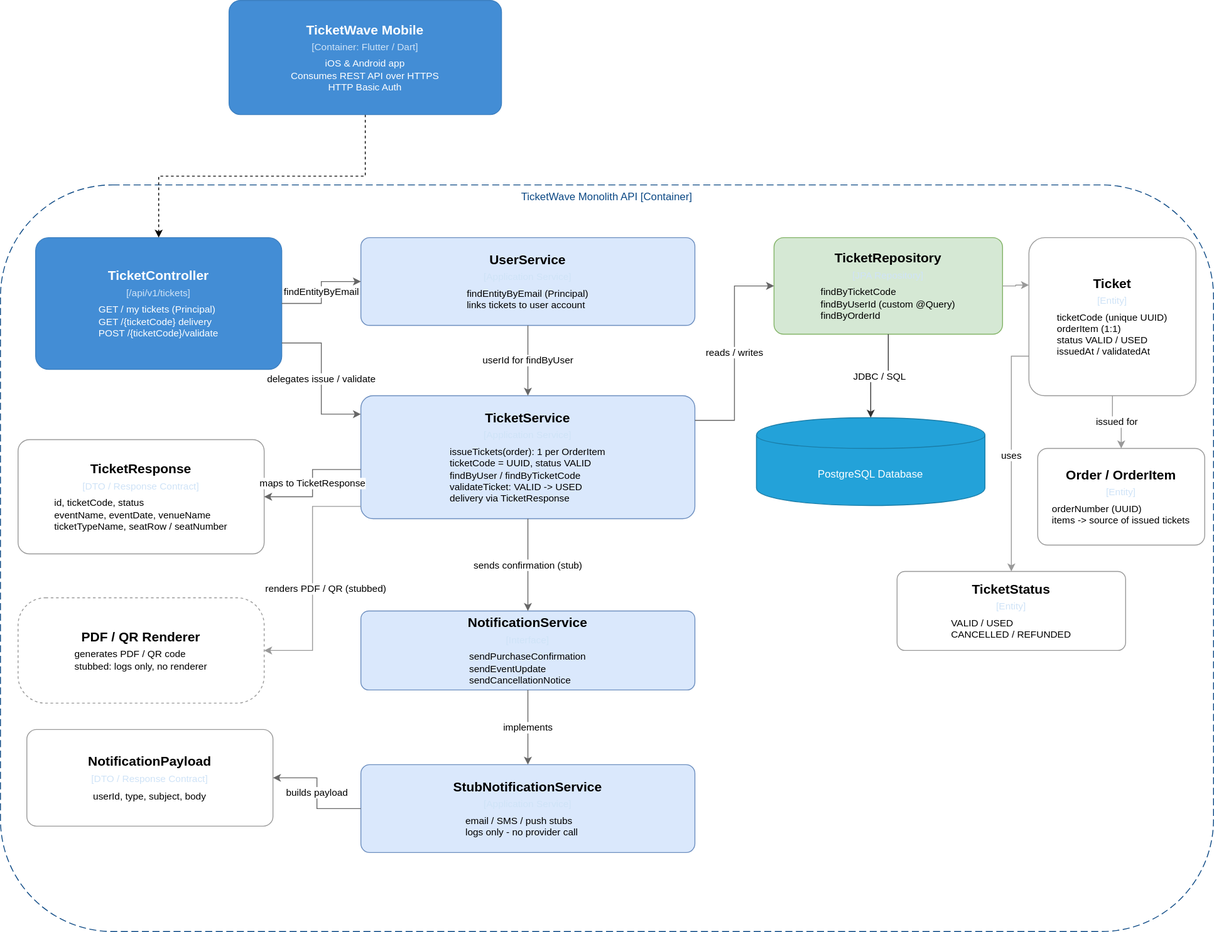
Before: diagrams/c4model/ticketwave-c3-digital-ticket-service.drawio.svg, a diagram exported from draw.io (Juanchoque1206/soe-TicketWave). Source tidied: cells renumbered, new cells last; positions are measured from the earlier drawing's top-left corner, leaving out a move shared by most shapes.
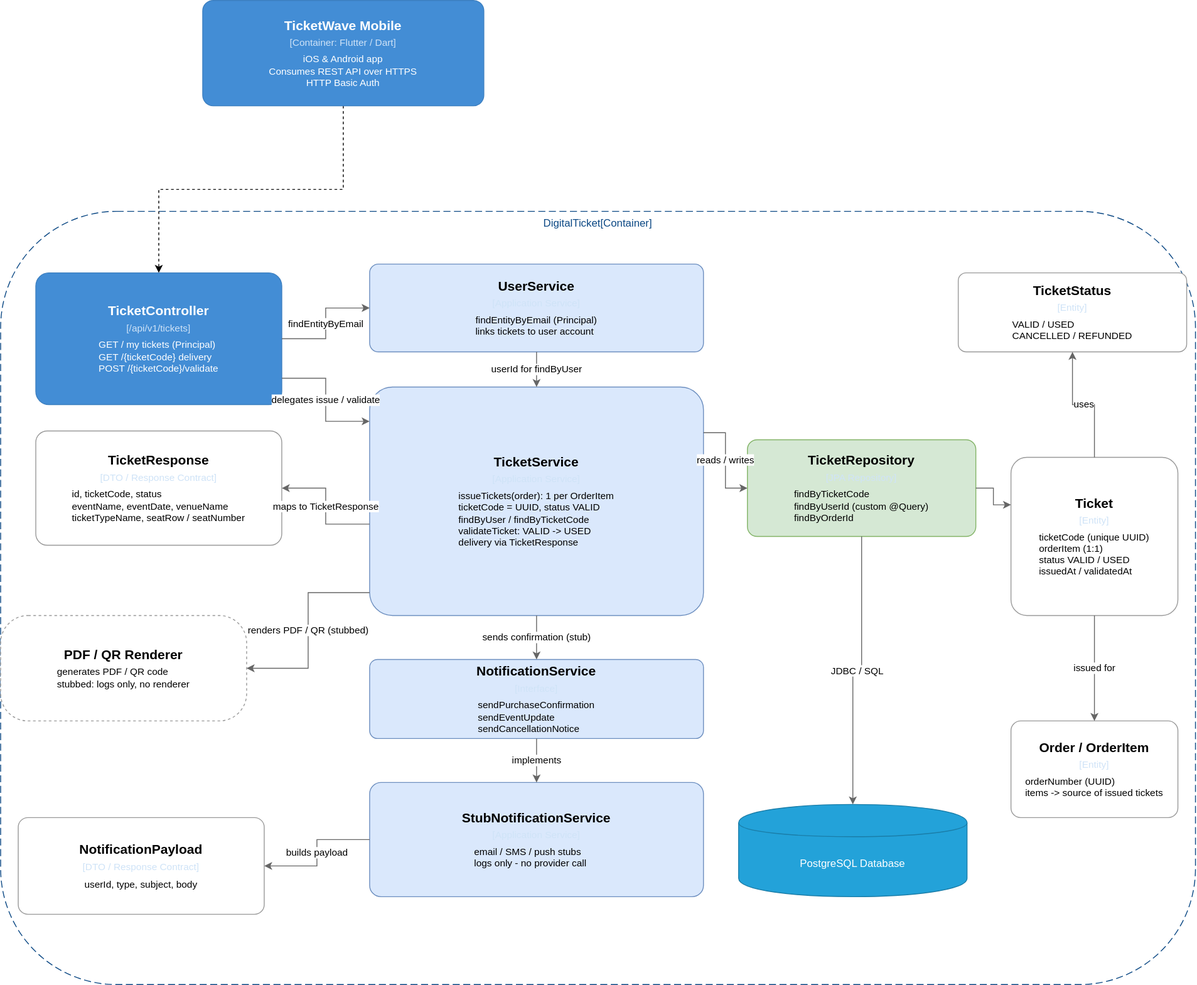
After the commit.

What changed in the source:
```diff
@@ -2,47 +2,47 @@
   <root>
     <mxCell id="0" />
     <mxCell id="1" parent="0" />
-    <mxCell id="2" value="TicketWave Monolith API [Container]" style="group;rounded=1;whiteSpace=wrap;html=1;dashed=1;strokeColor=#0b4884;fillColor=none;fontColor=#0b4884;dashPattern=8 4;" parent="1" vertex="1">
-      <mxGeometry y="210" width="1380" height="850" as="geometry" />
+    <mxCell id="2" value="DigitalTicket[Container]" style="group;rounded=1;whiteSpace=wrap;html=1;dashed=1;strokeColor=#0b4884;fillColor=none;fontColor=#0b4884;dashPattern=8 4;" parent="1" vertex="1">
+      <mxGeometry y="210" width="1360" height="880" as="geometry" />
     </mxCell>
     <mxCell id="3" value="&lt;div style=&quot;border-color: rgb(218, 220, 224); font-size: 15px; font-weight: bold; margin-bottom: 4px;&quot;&gt;TicketController&lt;/div&gt;&lt;div style=&quot;border-color: rgb(218, 220, 224); font-size: 11px; color: rgb(207, 227, 247); margin-bottom: 6px;&quot;&gt;[/api/v1/tickets]&lt;/div&gt;&lt;div style=&quot;border-color: rgb(218, 220, 224); font-size: 11px; text-align: left; padding: 0px 14px;&quot;&gt;GET /  my tickets (Principal)&lt;/div&gt;&lt;div style=&quot;border-color: rgb(218, 220, 224); font-size: 11px; text-align: left; padding: 0px 14px;&quot;&gt;GET /{ticketCode}  delivery&lt;/div&gt;&lt;div style=&quot;border-color: rgb(218, 220, 224); font-size: 11px; text-align: left; padding: 0px 14px;&quot;&gt;POST /{ticketCode}/validate&lt;/div&gt;" style="rounded=1;whiteSpace=wrap;html=1;fillColor=#438dd5;strokeColor=#3c7fc0;fontColor=#ffffff;arcSize=10;" parent="1" vertex="1">
-      <mxGeometry x="40" y="270" width="280" height="150" as="geometry" />
+      <mxGeometry x="40" y="280" width="280" height="150" as="geometry" />
     </mxCell>
     <mxCell id="4" value="&lt;div style=&quot;border-color: rgb(218, 220, 224); font-size: 15px; font-weight: bold; margin-bottom: 4px;&quot;&gt;TicketResponse&lt;/div&gt;&lt;div style=&quot;border-color: rgb(218, 220, 224); font-size: 11px; color: rgb(207, 227, 247); margin-bottom: 6px;&quot;&gt;[DTO / Response Contract]&lt;/div&gt;&lt;div style=&quot;border-color: rgb(218, 220, 224); font-size: 11px; text-align: left; padding: 0px 14px;&quot;&gt;id, ticketCode, status&lt;/div&gt;&lt;div style=&quot;border-color: rgb(218, 220, 224); font-size: 11px; text-align: left; padding: 0px 14px;&quot;&gt;eventName, eventDate, venueName&lt;/div&gt;&lt;div style=&quot;border-color: rgb(218, 220, 224); font-size: 11px; text-align: left; padding: 0px 14px;&quot;&gt;ticketTypeName, seatRow / seatNumber&lt;/div&gt;" style="rounded=1;whiteSpace=wrap;html=1;fillColor=#ffffff;strokeColor=#999999;arcSize=10;" parent="1" vertex="1">
-      <mxGeometry x="20" y="500" width="280" height="130" as="geometry" />
+      <mxGeometry x="40" y="460" width="280" height="130" as="geometry" />
     </mxCell>
     <mxCell id="5" value="&lt;div style=&quot;border-color: rgb(218, 220, 224); font-size: 15px; font-weight: bold; margin-bottom: 4px;&quot;&gt;NotificationPayload&lt;/div&gt;&lt;div style=&quot;border-color: rgb(218, 220, 224); font-size: 11px; color: rgb(207, 227, 247); margin-bottom: 6px;&quot;&gt;[DTO / Response Contract]&lt;/div&gt;&lt;div style=&quot;border-color: rgb(218, 220, 224); font-size: 11px; text-align: left; padding: 0px 14px;&quot;&gt;userId, type, subject, body&lt;/div&gt;" style="rounded=1;whiteSpace=wrap;html=1;fillColor=#ffffff;strokeColor=#999999;arcSize=10;" parent="1" vertex="1">
-      <mxGeometry x="30" y="830" width="280" height="110" as="geometry" />
+      <mxGeometry x="20" y="900" width="280" height="110" as="geometry" />
     </mxCell>
     <mxCell id="6" value="&lt;div style=&quot;border-color: rgb(218, 220, 224); font-size: 15px; font-weight: bold; margin-bottom: 4px;&quot;&gt;PDF / QR Renderer&lt;/div&gt;&lt;div style=&quot;border-color: rgb(218, 220, 224); font-size: 11px; text-align: left; padding: 0px 14px;&quot;&gt;generates PDF / QR code&lt;/div&gt;&lt;div style=&quot;border-color: rgb(218, 220, 224); font-size: 11px; text-align: left; padding: 0px 14px;&quot;&gt;stubbed: logs only, no renderer&lt;/div&gt;" style="rounded=1;whiteSpace=wrap;html=1;fillColor=#ffffff;strokeColor=#999999;dashed=1;arcSize=26;" parent="1" vertex="1">
-      <mxGeometry x="20" y="680" width="280" height="120" as="geometry" />
+      <mxGeometry y="670" width="280" height="120" as="geometry" />
     </mxCell>
     <mxCell id="7" value="&lt;div style=&quot;border-color: rgb(218, 220, 224); font-size: 15px; font-weight: bold; margin-bottom: 4px;&quot;&gt;UserService&lt;/div&gt;&lt;div style=&quot;border-color: rgb(218, 220, 224); font-size: 11px; color: rgb(207, 227, 247); margin-bottom: 6px;&quot;&gt;[Application Service]&lt;/div&gt;&lt;div style=&quot;border-color: rgb(218, 220, 224); font-size: 11px; text-align: left; padding: 0px 14px;&quot;&gt;findEntityByEmail (Principal)&lt;/div&gt;&lt;div style=&quot;border-color: rgb(218, 220, 224); font-size: 11px; text-align: left; padding: 0px 14px;&quot;&gt;links tickets to user account&lt;/div&gt;" style="rounded=1;whiteSpace=wrap;html=1;fillColor=#dae8fc;strokeColor=#6c8ebf;arcSize=10;" parent="1" vertex="1">
-      <mxGeometry x="410" y="270" width="380" height="100" as="geometry" />
+      <mxGeometry x="420" y="270" width="380" height="100" as="geometry" />
     </mxCell>
     <mxCell id="8" value="&lt;div style=&quot;border-color: rgb(218, 220, 224); font-size: 15px; font-weight: bold; margin-bottom: 4px;&quot;&gt;TicketService&lt;/div&gt;&lt;div style=&quot;border-color: rgb(218, 220, 224); font-size: 11px; color: rgb(207, 227, 247); margin-bottom: 6px;&quot;&gt;[Application Service]&lt;/div&gt;&lt;div style=&quot;border-color: rgb(218, 220, 224); font-size: 11px; text-align: left; padding: 0px 14px;&quot;&gt;issueTickets(order): 1 per OrderItem&lt;/div&gt;&lt;div style=&quot;border-color: rgb(218, 220, 224); font-size: 11px; text-align: left; padding: 0px 14px;&quot;&gt;ticketCode = UUID, status VALID&lt;/div&gt;&lt;div style=&quot;border-color: rgb(218, 220, 224); font-size: 11px; text-align: left; padding: 0px 14px;&quot;&gt;findByUser / findByTicketCode&lt;/div&gt;&lt;div style=&quot;border-color: rgb(218, 220, 224); font-size: 11px; text-align: left; padding: 0px 14px;&quot;&gt;validateTicket: VALID -&gt; USED&lt;/div&gt;&lt;div style=&quot;border-color: rgb(218, 220, 224); font-size: 11px; text-align: left; padding: 0px 14px;&quot;&gt;delivery via TicketResponse&lt;/div&gt;" style="rounded=1;whiteSpace=wrap;html=1;fillColor=#dae8fc;strokeColor=#6c8ebf;arcSize=10;" parent="1" vertex="1">
-      <mxGeometry x="410" y="450" width="380" height="140" as="geometry" />
+      <mxGeometry x="420" y="410" width="380" height="260" as="geometry" />
     </mxCell>
     <mxCell id="9" value="&lt;div style=&quot;border-color: rgb(218, 220, 224); font-size: 15px; font-weight: bold; margin-bottom: 4px;&quot;&gt;NotificationService&lt;/div&gt;&lt;div style=&quot;border-color: rgb(218, 220, 224); font-size: 11px; color: rgb(207, 227, 247); margin-bottom: 6px;&quot;&gt;[Interface]&lt;/div&gt;&lt;div style=&quot;border-color: rgb(218, 220, 224); font-size: 11px; text-align: left; padding: 0px 14px;&quot;&gt;sendPurchaseConfirmation&lt;/div&gt;&lt;div style=&quot;border-color: rgb(218, 220, 224); font-size: 11px; text-align: left; padding: 0px 14px;&quot;&gt;sendEventUpdate&lt;/div&gt;&lt;div style=&quot;border-color: rgb(218, 220, 224); font-size: 11px; text-align: left; padding: 0px 14px;&quot;&gt;sendCancellationNotice&lt;/div&gt;" style="rounded=1;whiteSpace=wrap;html=1;fillColor=#dae8fc;strokeColor=#6c8ebf;arcSize=10;" parent="1" vertex="1">
-      <mxGeometry x="410" y="695" width="380" height="90" as="geometry" />
+      <mxGeometry x="420" y="720" width="380" height="90" as="geometry" />
     </mxCell>
     <mxCell id="10" value="&lt;div style=&quot;border-color: rgb(218, 220, 224); font-size: 15px; font-weight: bold; margin-bottom: 4px;&quot;&gt;StubNotificationService&lt;/div&gt;&lt;div style=&quot;border-color: rgb(218, 220, 224); font-size: 11px; color: rgb(207, 227, 247); margin-bottom: 6px;&quot;&gt;[Application Service]&lt;/div&gt;&lt;div style=&quot;border-color: rgb(218, 220, 224); font-size: 11px; text-align: left; padding: 0px 14px;&quot;&gt;email / SMS / push stubs&lt;/div&gt;&lt;div style=&quot;border-color: rgb(218, 220, 224); font-size: 11px; text-align: left; padding: 0px 14px;&quot;&gt;logs only - no provider call&lt;/div&gt;" style="rounded=1;whiteSpace=wrap;html=1;fillColor=#dae8fc;strokeColor=#6c8ebf;arcSize=10;" parent="1" vertex="1">
-      <mxGeometry x="410" y="870" width="380" height="100" as="geometry" />
+      <mxGeometry x="420" y="860" width="380" height="130" as="geometry" />
     </mxCell>
     <mxCell id="11" value="&lt;div style=&quot;border-color: rgb(218, 220, 224); font-size: 15px; font-weight: bold; margin-bottom: 4px;&quot;&gt;TicketRepository&lt;/div&gt;&lt;div style=&quot;border-color: rgb(218, 220, 224); font-size: 11px; color: rgb(207, 227, 247); margin-bottom: 6px;&quot;&gt;[JPA Repository]&lt;/div&gt;&lt;div style=&quot;border-color: rgb(218, 220, 224); font-size: 11px; text-align: left; padding: 0px 14px;&quot;&gt;findByTicketCode&lt;/div&gt;&lt;div style=&quot;border-color: rgb(218, 220, 224); font-size: 11px; text-align: left; padding: 0px 14px;&quot;&gt;findByUserId (custom @Query)&lt;/div&gt;&lt;div style=&quot;border-color: rgb(218, 220, 224); font-size: 11px; text-align: left; padding: 0px 14px;&quot;&gt;findByOrderId&lt;/div&gt;" style="rounded=1;whiteSpace=wrap;html=1;fillColor=#d5e8d4;strokeColor=#82b366;arcSize=10;" parent="1" vertex="1">
-      <mxGeometry x="880" y="270" width="260" height="110" as="geometry" />
+      <mxGeometry x="850" y="470" width="260" height="110" as="geometry" />
     </mxCell>
     <mxCell id="12" value="PostgreSQL Database" style="shape=cylinder;whiteSpace=wrap;html=1;boundedLbl=1;backgroundOutline=1;fillColor=#23a2d9;strokeColor=#1a7da8;fontColor=#ffffff;" parent="1" vertex="1">
-      <mxGeometry x="860" y="475" width="260" height="100" as="geometry" />
+      <mxGeometry x="840" y="885" width="260" height="105" as="geometry" />
     </mxCell>
     <mxCell id="13" value="&lt;div style=&quot;border-color: rgb(218, 220, 224); font-size: 15px; font-weight: bold; margin-bottom: 4px;&quot;&gt;TicketStatus&lt;/div&gt;&lt;div style=&quot;border-color: rgb(218, 220, 224); font-size: 11px; color: rgb(207, 227, 247); margin-bottom: 6px;&quot;&gt;[Entity]&lt;/div&gt;&lt;div style=&quot;border-color: rgb(218, 220, 224); font-size: 11px; text-align: left; padding: 0px 14px;&quot;&gt;VALID / USED&lt;/div&gt;&lt;div style=&quot;border-color: rgb(218, 220, 224); font-size: 11px; text-align: left; padding: 0px 14px;&quot;&gt;CANCELLED / REFUNDED&lt;/div&gt;" style="rounded=1;whiteSpace=wrap;html=1;fillColor=#ffffff;strokeColor=#999999;arcSize=10;" parent="1" vertex="1">
-      <mxGeometry x="1020" y="650" width="260" height="90" as="geometry" />
+      <mxGeometry x="1090" y="280" width="260" height="90" as="geometry" />
     </mxCell>
     <mxCell id="14" value="&lt;div style=&quot;border-color: rgb(218, 220, 224); font-size: 15px; font-weight: bold; margin-bottom: 4px;&quot;&gt;Ticket&lt;/div&gt;&lt;div style=&quot;border-color: rgb(218, 220, 224); font-size: 11px; color: rgb(207, 227, 247); margin-bottom: 6px;&quot;&gt;[Entity]&lt;/div&gt;&lt;div style=&quot;border-color: rgb(218, 220, 224); font-size: 11px; text-align: left; padding: 0px 14px;&quot;&gt;ticketCode (unique UUID)&lt;/div&gt;&lt;div style=&quot;border-color: rgb(218, 220, 224); font-size: 11px; text-align: left; padding: 0px 14px;&quot;&gt;orderItem (1:1)&lt;/div&gt;&lt;div style=&quot;border-color: rgb(218, 220, 224); font-size: 11px; text-align: left; padding: 0px 14px;&quot;&gt;status VALID / USED&lt;/div&gt;&lt;div style=&quot;border-color: rgb(218, 220, 224); font-size: 11px; text-align: left; padding: 0px 14px;&quot;&gt;issuedAt / validatedAt&lt;/div&gt;" style="rounded=1;whiteSpace=wrap;html=1;fillColor=#ffffff;strokeColor=#999999;arcSize=10;" parent="1" vertex="1">
-      <mxGeometry x="1170" y="270" width="190" height="180" as="geometry" />
+      <mxGeometry x="1150" y="490" width="190" height="180" as="geometry" />
     </mxCell>
     <mxCell id="15" value="&lt;div style=&quot;border-color: rgb(218, 220, 224); font-size: 15px; font-weight: bold; margin-bottom: 4px;&quot;&gt;Order / OrderItem&lt;/div&gt;&lt;div style=&quot;border-color: rgb(218, 220, 224); font-size: 11px; color: rgb(207, 227, 247); margin-bottom: 6px;&quot;&gt;[Entity]&lt;/div&gt;&lt;div style=&quot;border-color: rgb(218, 220, 224); font-size: 11px; text-align: left; padding: 0px 14px;&quot;&gt;orderNumber (UUID)&lt;/div&gt;&lt;div style=&quot;border-color: rgb(218, 220, 224); font-size: 11px; text-align: left; padding: 0px 14px;&quot;&gt;items -&gt; source of issued tickets&lt;/div&gt;" style="rounded=1;whiteSpace=wrap;html=1;fillColor=#ffffff;strokeColor=#999999;arcSize=10;" parent="1" vertex="1">
-      <mxGeometry x="1180" y="510" width="190" height="110" as="geometry" />
+      <mxGeometry x="1150" y="790" width="190" height="110" as="geometry" />
     </mxCell>
     <mxCell id="16" value="findEntityByEmail" style="edgeStyle=orthogonalEdgeStyle;rounded=0;html=1;strokeColor=#666666;exitX=1;exitY=0.5;entryX=0;entryY=0.5;" parent="1" edge="1" source="3" target="7">
       <mxGeometry relative="1" as="geometry" />
@@ -68,26 +68,26 @@
     <mxCell id="23" value="builds payload" style="edgeStyle=orthogonalEdgeStyle;rounded=0;html=1;strokeColor=#666666;exitX=0;exitY=0.5;entryX=1;entryY=0.5;" parent="1" edge="1" source="10" target="5">
       <mxGeometry relative="1" as="geometry" />
     </mxCell>
-    <mxCell id="24" value="renders PDF / QR (stubbed)" style="edgeStyle=orthogonalEdgeStyle;rounded=0;html=1;strokeColor=#666666;strokeColor=#999999;exitX=0;exitY=0.9;entryX=1;entryY=0.5;" parent="1" edge="1" source="8" target="6">
-      <mxGeometry x="0.09" y="15" relative="1" as="geometry" />
+    <mxCell id="24" value="renders PDF / QR (stubbed)" style="edgeStyle=orthogonalEdgeStyle;rounded=0;html=1;strokeColor=#666666;exitX=0;exitY=0.9;entryX=1;entryY=0.5;" parent="1" edge="1" source="8" target="6">
+      <mxGeometry relative="1" as="geometry" />
     </mxCell>
-    <mxCell id="25" style="edgeStyle=orthogonalEdgeStyle;rounded=0;html=1;strokeColor=#666666;strokeColor=#999999;exitX=1;exitY=0.5;entryX=0;entryY=0.3;" parent="1" edge="1" source="11" target="14">
+    <mxCell id="25" style="edgeStyle=orthogonalEdgeStyle;rounded=0;html=1;strokeColor=#666666;exitX=1;exitY=0.5;entryX=0;entryY=0.3;" parent="1" edge="1" source="11" target="14">
       <mxGeometry relative="1" as="geometry" />
     </mxCell>
-    <mxCell id="26" value="issued for" style="edgeStyle=orthogonalEdgeStyle;rounded=0;html=1;strokeColor=#666666;strokeColor=#999999;exitX=0.5;exitY=1;entryX=0.5;entryY=0;" parent="1" edge="1" source="14" target="15">
+    <mxCell id="26" value="issued for" style="edgeStyle=orthogonalEdgeStyle;rounded=0;html=1;strokeColor=#666666;exitX=0.5;exitY=1;entryX=0.5;entryY=0;" parent="1" edge="1" source="14" target="15">
       <mxGeometry relative="1" as="geometry" />
     </mxCell>
-    <mxCell id="27" value="uses" style="edgeStyle=orthogonalEdgeStyle;rounded=0;html=1;strokeColor=#666666;strokeColor=#999999;exitX=0;exitY=0.75;entryX=0.5;entryY=0;entryDx=0;entryDy=0;exitDx=0;exitDy=0;" parent="1" edge="1" source="14" target="13">
+    <mxCell id="27" value="uses" style="edgeStyle=orthogonalEdgeStyle;rounded=0;html=1;strokeColor=#666666;exitX=0.5;exitY=0;entryX=0.5;entryY=1;entryDx=0;entryDy=0;exitDx=0;exitDy=0;" parent="1" edge="1" source="14" target="13">
       <mxGeometry relative="1" as="geometry" />
     </mxCell>
-    <mxCell id="28" value="JDBC / SQL" style="edgeStyle=orthogonalEdgeStyle;rounded=0;html=1;strokeColor=#666666;strokeColor=#333333;exitX=0.5;exitY=1;entryX=0.5;entryY=0;" parent="1" edge="1" source="11" target="12">
+    <mxCell id="28" value="JDBC / SQL" style="edgeStyle=orthogonalEdgeStyle;rounded=0;html=1;strokeColor=#666666;exitX=0.5;exitY=1;entryX=0.5;entryY=0;" parent="1" edge="1" source="11" target="12">
       <mxGeometry relative="1" as="geometry" />
     </mxCell>
     <mxCell id="29" style="edgeStyle=orthogonalEdgeStyle;rounded=0;jettySize=auto;html=1;entryX=0.5;entryY=0;entryDx=0;entryDy=0;dashed=1;" parent="1" edge="1" source="30" target="3">
       <mxGeometry relative="1" as="geometry" />
     </mxCell>
     <mxCell id="30" value="&lt;div style=&quot;border-color: rgb(218, 220, 224); font-size: 15px; font-weight: bold; margin-bottom: 4px;&quot;&gt;TicketWave Mobile&lt;/div&gt;&lt;div style=&quot;border-color: rgb(218, 220, 224); font-size: 11px; color: rgb(207, 227, 247); margin-bottom: 6px;&quot;&gt;[Container: Flutter / Dart]&lt;/div&gt;&lt;div style=&quot;border-color: rgb(218, 220, 224); font-size: 11px;&quot;&gt;iOS &amp;amp; Android app&lt;/div&gt;&lt;div style=&quot;border-color: rgb(218, 220, 224); font-size: 11px;&quot;&gt;Consumes REST API over HTTPS&lt;/div&gt;&lt;div style=&quot;border-color: rgb(218, 220, 224); font-size: 11px;&quot;&gt;HTTP Basic Auth&lt;/div&gt;" style="rounded=1;whiteSpace=wrap;html=1;fillColor=#438dd5;strokeColor=#3c7fc0;fontColor=#ffffff;arcSize=10;" parent="1" vertex="1">
-      <mxGeometry x="260" width="310" height="130" as="geometry" />
+      <mxGeometry x="230" y="-30" width="320" height="120" as="geometry" />
     </mxCell>
   </root>
 </mxGraphModel>
```
